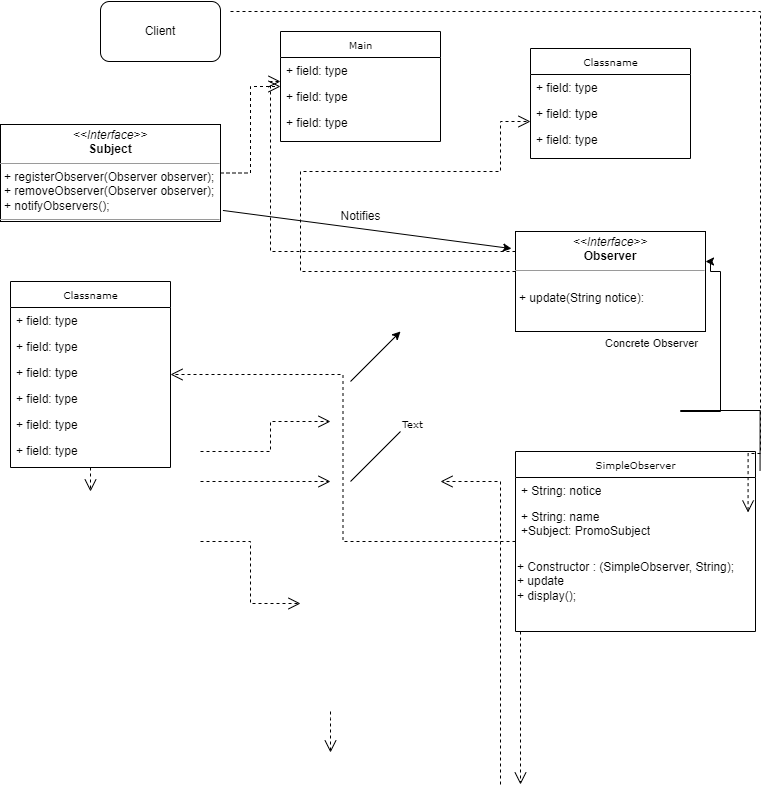
This is Assign5Part1Class.drawio.png from jimmyjazz31/CS665Assign5, a draw.io export, as it was before one commit. Source tidied: cells renumbered, new cells last; positions are measured from the earlier drawing's top-left corner, leaving out a move shared by most shapes.
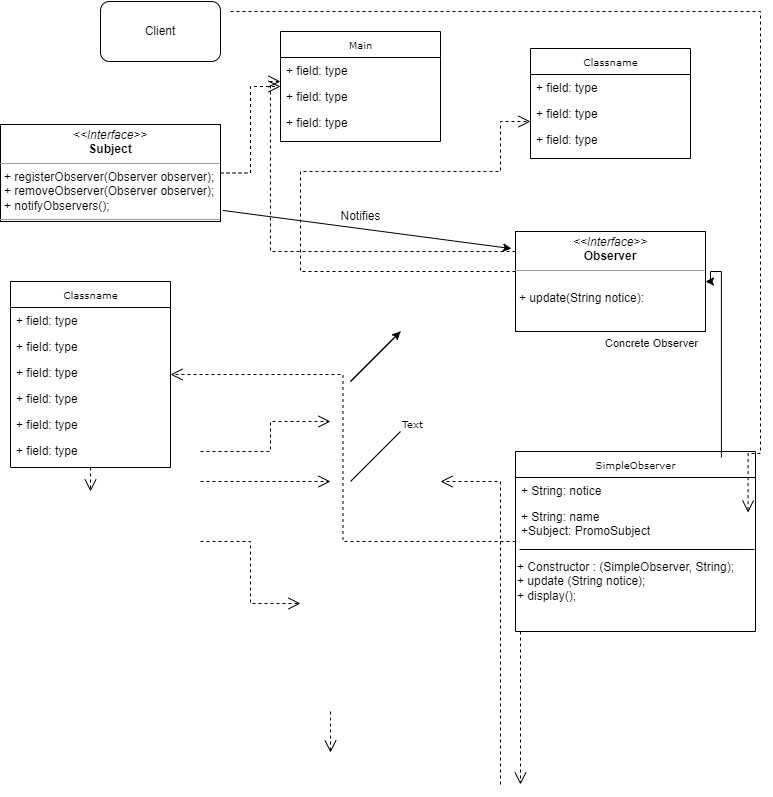
After the commit.

Change to the diagram source:
```diff
@@ -64,9 +64,12 @@
     <mxCell id="21" value="+ String: name&lt;div&gt;+Subject: PromoSubject&lt;/div&gt;" style="text;html=1;strokeColor=none;fillColor=none;align=left;verticalAlign=top;spacingLeft=4;spacingRight=4;whiteSpace=wrap;overflow=hidden;points=[[0,0.5],[1,0.5]];portConstraint=eastwest;" parent="19" vertex="1">
       <mxGeometry y="52" width="240" height="48" as="geometry" />
     </mxCell>
-    <mxCell id="22" value="+ Constructor : (SimpleObserver, String);&amp;nbsp;&lt;div&gt;+ update&lt;/div&gt;&lt;div&gt;+ display();&lt;/div&gt;" style="text;html=1;align=left;verticalAlign=middle;points=[];strokeColor=none;fillColor=none;" parent="19" vertex="1">
+    <mxCell id="22" value="+ Constructor : (SimpleObserver, String);&amp;nbsp;&lt;div&gt;+ update (String notice);&lt;/div&gt;&lt;div&gt;+ display();&lt;/div&gt;" style="text;html=1;align=left;verticalAlign=middle;points=[];strokeColor=none;fillColor=none;" parent="19" vertex="1">
       <mxGeometry y="100" width="240" height="60" as="geometry" />
     </mxCell>
+    <mxCell id="44" style="endArrow=none;html=1;rounded=0;exitX=0.017;exitY=-0.033;exitDx=0;exitDy=0;exitPerimeter=0;entryX=0.996;entryY=0.958;entryDx=0;entryDy=0;entryPerimeter=0;" parent="19" edge="1" source="22" target="21">
+      <mxGeometry relative="1" as="geometry" />
+    </mxCell>
     <mxCell id="23" style="edgeStyle=orthogonalEdgeStyle;rounded=0;html=1;dashed=1;labelBackgroundColor=none;startFill=0;endArrow=open;endFill=0;endSize=10;fontFamily=Verdana;fontSize=10;" parent="1" edge="1">
       <mxGeometry relative="1" as="geometry">
         <mxPoint x="330" y="710" as="sourcePoint" />
@@ -133,15 +136,12 @@
         <mxPoint x="-111" y="152" as="offset" />
       </mxGeometry>
     </mxCell>
-    <mxCell id="33" style="edgeStyle=orthogonalEdgeStyle;rounded=0;jettySize=auto;html=1;exitX=1.019;exitY=-0.269;exitDx=0;exitDy=0;exitPerimeter=0;" parent="1" edge="1" source="20" target="34">
+    <mxCell id="33" style="edgeStyle=orthogonalEdgeStyle;rounded=0;jettySize=auto;html=1;exitX=0.858;exitY=0.033;exitDx=0;exitDy=0;exitPerimeter=0;" parent="1" edge="1" source="19" target="34">
       <mxGeometry relative="1" as="geometry">
         <Array as="points">
-          <mxPoint x="680" y="409" />
-          <mxPoint x="680" y="410" />
-          <mxPoint x="720" y="410" />
-          <mxPoint x="720" y="270" />
+          <mxPoint x="721" y="270" />
           <mxPoint x="710" y="270" />
-          <mxPoint x="710" y="260" />
+          <mxPoint x="710" y="280" />
         </Array>
       </mxGeometry>
     </mxCell>
@@ -203,5 +203,11 @@
         <mxPoint x="400" y="430" as="targetPoint" />
       </mxGeometry>
     </mxCell>
+    <mxCell id="45" style="endArrow=none;html=1;rounded=0;" parent="1" edge="1">
+      <mxGeometry relative="1" as="geometry">
+        <mxPoint x="350" y="380" as="sourcePoint" />
+        <mxPoint x="400" y="330" as="targetPoint" />
+      </mxGeometry>
+    </mxCell>
   </root>
 </mxGraphModel>
```
